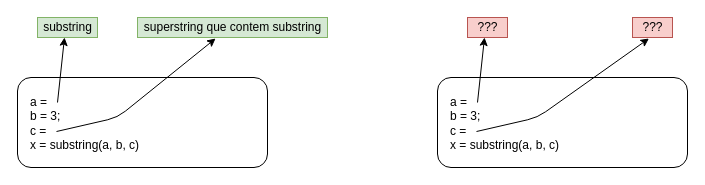
Earlier version of the draw.io diagram page "espacos de enderecamento" (2 of 8) of docs/drawings/rpc.drawio (lasarojc/ds_notes). Source tidied: cells renumbered, new cells numbered last; positions are measured from the earlier drawing's top-left corner, leaving out a move shared by most shapes. Both pictures are drawn from the tidied source at 100%, with x=0, y=0 at pixel (17, 17).
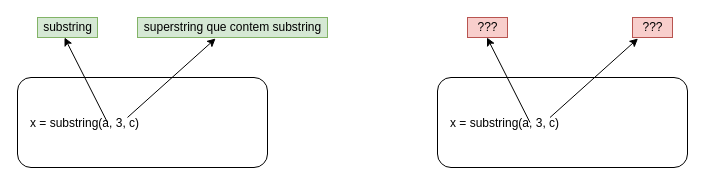
After the change.

Diff of the diagram source:
```diff
@@
 <mxGraphModel>
   <root>
     <mxCell id="0" />
     <mxCell id="1" parent="0" />
-    <mxCell id="2" value="a = &#10;b = 3;&#10;c = &#10;x = substring(a, b, c)" style="rounded=1;whiteSpace=wrap;align=left;spacingTop=1;spacingLeft=11;" parent="1" vertex="1">
+    <mxCell id="2" value="x = substring(a, 3, c)" style="rounded=1;whiteSpace=wrap;align=left;spacingTop=1;spacingLeft=11;" parent="1" vertex="1">
       <mxGeometry y="60" width="250" height="90" as="geometry" />
     </mxCell>
     <mxCell id="3" value="substring" style="text;html=1;align=center;verticalAlign=middle;fillColor=#d5e8d4;strokeColor=#82b366;" parent="1" vertex="1">
       <mxGeometry x="20" width="60" height="20" as="geometry" />
     </mxCell>
     <mxCell id="4" value="&lt;span style=&quot;text-align: left&quot;&gt;superstring que contem substring&lt;/span&gt;" style="text;html=1;align=center;verticalAlign=middle;points=[];fillColor=#d5e8d4;strokeColor=#82b366;" parent="1" vertex="1">
       <mxGeometry x="120" width="190" height="20" as="geometry" />
     </mxCell>
     <mxCell id="5" style="endArrow=classic;html=1;fillColor=#A0B86D;fontColor=#000000;startArrow=none;startFill=0;endFill=1;" parent="1" edge="1">
       <mxGeometry relative="1" as="geometry">
-        <mxPoint x="40" y="85" as="sourcePoint" />
+        <mxPoint x="90" y="105" as="sourcePoint" />
         <mxPoint x="47" y="20" as="targetPoint" />
       </mxGeometry>
     </mxCell>
-    <mxCell id="6" style="endArrow=classic;html=1;fillColor=#A0B86D;fontColor=#000000;startArrow=none;startFill=0;endFill=1;entryX=0.411;entryY=1.05;entryDx=0;entryDy=0;entryPerimeter=0;" parent="1" edge="1" target="4">
-      <mxGeometry relative="1" as="geometry">
-        <mxPoint x="39" y="114" as="sourcePoint" />
-        <Array as="points">
-          <mxPoint x="100" y="100" />
-        </Array>
-      </mxGeometry>
+    <mxCell id="6" style="endArrow=classic;html=1;fillColor=#A0B86D;fontColor=#000000;startArrow=none;startFill=0;endFill=1;entryX=0.411;entryY=1.05;entryDx=0;entryDy=0;entryPerimeter=0;exitX=0.44;exitY=0.444;exitDx=0;exitDy=0;exitPerimeter=0;" parent="1" edge="1" source="2" target="4">
+      <mxGeometry relative="1" as="geometry" />
     </mxCell>
-    <mxCell id="7" value="a = &#10;b = 3;&#10;c = &#10;x = substring(a, b, c)" style="rounded=1;whiteSpace=wrap;align=left;spacingTop=1;spacingLeft=11;" parent="1" vertex="1">
+    <mxCell id="7" value="x = substring(a, 3, c)" style="rounded=1;whiteSpace=wrap;align=left;spacingTop=1;spacingLeft=11;" parent="1" vertex="1">
       <mxGeometry x="420" y="60" width="250" height="90" as="geometry" />
     </mxCell>
     <mxCell id="8" value="???" style="text;html=1;align=center;verticalAlign=middle;fillColor=#f8cecc;strokeColor=#b85450;" parent="1" vertex="1">
       <mxGeometry x="450" width="40" height="20" as="geometry" />
     </mxCell>
     <mxCell id="9" value="&lt;span style=&quot;text-align: left&quot;&gt;???&lt;/span&gt;" style="text;html=1;align=center;verticalAlign=middle;points=[];fillColor=#f8cecc;strokeColor=#b85450;" parent="1" vertex="1">
       <mxGeometry x="615" width="40" height="20" as="geometry" />
     </mxCell>
-    <mxCell id="10" style="endArrow=classic;html=1;fillColor=#A0B86D;fontColor=#000000;startArrow=none;startFill=0;endFill=1;" parent="1" edge="1">
-      <mxGeometry relative="1" as="geometry">
-        <mxPoint x="460" y="85" as="sourcePoint" />
-        <mxPoint x="467" y="20" as="targetPoint" />
-      </mxGeometry>
-    </mxCell>
-    <mxCell id="11" style="endArrow=classic;html=1;fillColor=#A0B86D;fontColor=#000000;startArrow=none;startFill=0;endFill=1;entryX=0.411;entryY=1.05;entryDx=0;entryDy=0;entryPerimeter=0;" parent="1" edge="1" target="9">
-      <mxGeometry relative="1" as="geometry">
-        <mxPoint x="459" y="114" as="sourcePoint" />
-        <Array as="points">
-          <mxPoint x="520" y="100" />
-        </Array>
-      </mxGeometry>
-    </mxCell>
+    <mxCell id="12" style="endArrow=classic;html=1;fillColor=#A0B86D;fontColor=#000000;startArrow=none;startFill=0;endFill=1;entryX=0.411;entryY=1.05;entryDx=0;entryDy=0;entryPerimeter=0;exitX=0.44;exitY=0.444;exitDx=0;exitDy=0;exitPerimeter=0;" parent="1" edge="1">
+      <mxGeometry relative="1" as="geometry">
+        <mxPoint x="532.5" y="100" as="sourcePoint" />
+        <mxPoint x="620.5" y="21" as="targetPoint" />
+      </mxGeometry>
+    </mxCell>
+    <mxCell id="13" style="endArrow=classic;html=1;fillColor=#A0B86D;fontColor=#000000;startArrow=none;startFill=0;endFill=1;" parent="1" edge="1">
+      <mxGeometry relative="1" as="geometry">
+        <mxPoint x="512.5" y="105" as="sourcePoint" />
+        <mxPoint x="469.5" y="20" as="targetPoint" />
+      </mxGeometry>
+    </mxCell>
   </root>
 </mxGraphModel>
```
